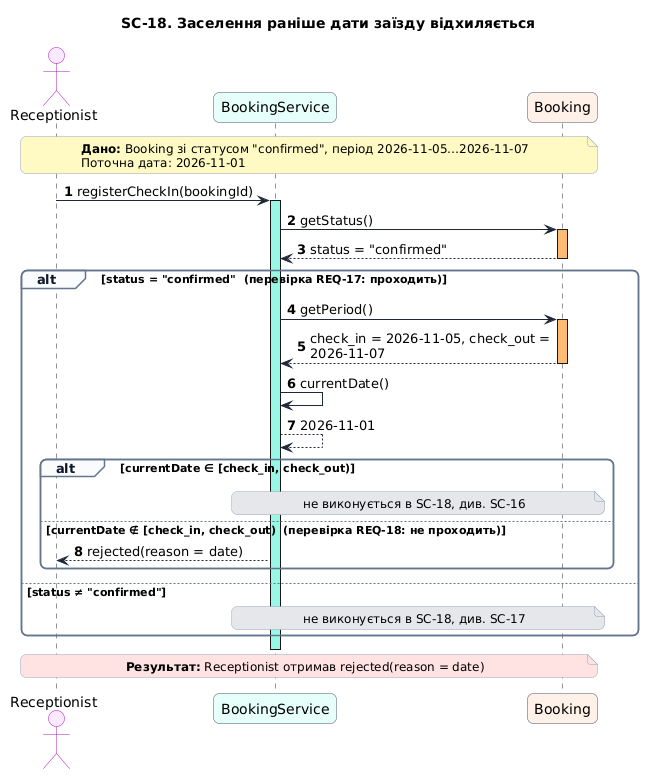
Before: Lab3/diagrams/sc-18.png, a diagram exported from PlantUML (MrhyveR/Hotel-reservation-system). The source it was exported from:
```plantuml
@startuml
title SC-18. Заселення раніше дати заїзду відхиляється
skinparam shadowing false
skinparam defaultFontName DejaVu Sans
skinparam roundCorner 12
skinparam maxMessageSize 260
skinparam ArrowColor #1F2937
skinparam SequenceLifeLineBorderColor #1F2937
skinparam SequenceGroupBorderColor #64748B
skinparam SequenceGroupBackgroundColor #F8FAFC
skinparam SequenceGroupHeaderFontColor #0F172A
skinparam NoteBorderColor #94A3B8
skinparam NoteFontSize 12
skinparam ParticipantBorderColor #475569
skinparam ActorBorderColor #A21CAF
autonumber "<b>0"

actor Receptionist #FAE8FF
participant BookingService #E6FFFA
participant Booking #FFF1E6

note over Receptionist, Booking #FEF9C3
  **Дано:** Booking зі статусом "confirmed", період 2026-11-05…2026-11-07
  Поточна дата: 2026-11-01
end note

Receptionist -> BookingService : registerCheckIn(bookingId)
activate BookingService #99F6E4
BookingService -> Booking : getStatus()
activate Booking #FDBA74
Booking --> BookingService : status = "confirmed"
deactivate Booking
alt status = "confirmed"  (перевірка REQ-17: проходить)
  BookingService -> Booking : getPeriod()
  activate Booking #FDBA74
  Booking --> BookingService : check_in = 2026-11-05, check_out = 2026-11-07
  deactivate Booking
  BookingService -> BookingService : currentDate()
  BookingService --> BookingService : 2026-11-01
  alt currentDate ∈ [check_in, check_out)
    note over BookingService, Booking #E5E7EB : не виконується в SC-18, див. SC-16
  else currentDate ∉ [check_in, check_out)  (перевірка REQ-18: не проходить)
    BookingService --> Receptionist : rejected(reason = date)
  end
else status ≠ "confirmed"
  note over BookingService, Booking #E5E7EB : не виконується в SC-18, див. SC-17
end
deactivate BookingService

note over Receptionist, Booking #FEE2E2
  **Результат:** Receptionist отримав rejected(reason = date)
end note
@enduml
```
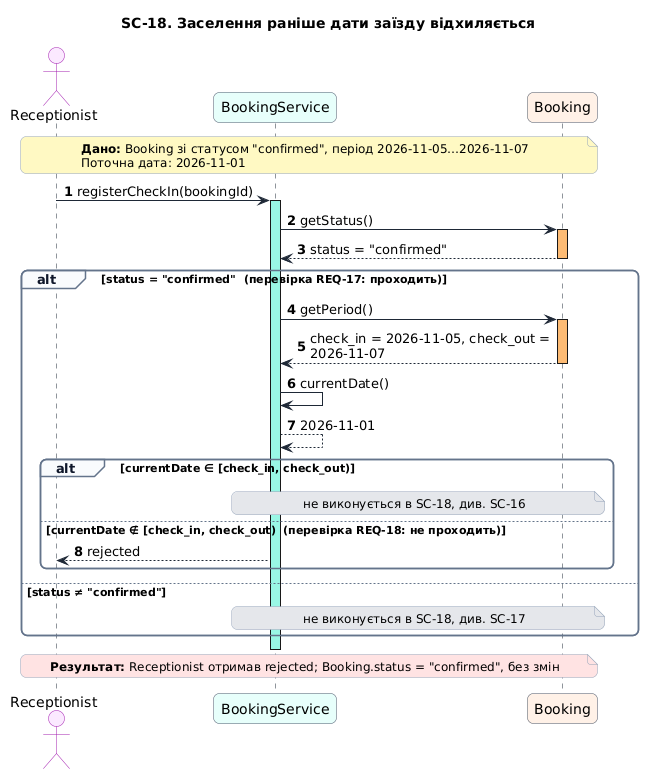
After the commit.

Diff of the diagram source:
```diff
@@ -40,7 +40,7 @@
   alt currentDate ∈ [check_in, check_out)
     note over BookingService, Booking #E5E7EB : не виконується в SC-18, див. SC-16
   else currentDate ∉ [check_in, check_out)  (перевірка REQ-18: не проходить)
-    BookingService --> Receptionist : rejected(reason = date)
+    BookingService --> Receptionist : rejected
   end
 else status ≠ "confirmed"
   note over BookingService, Booking #E5E7EB : не виконується в SC-18, див. SC-17
@@ -48,6 +48,6 @@
 deactivate BookingService
 
 note over Receptionist, Booking #FEE2E2
-  **Результат:** Receptionist отримав rejected(reason = date)
+  **Результат:** Receptionist отримав rejected; Booking.status = "confirmed", без змін
 end note
 @enduml
```
